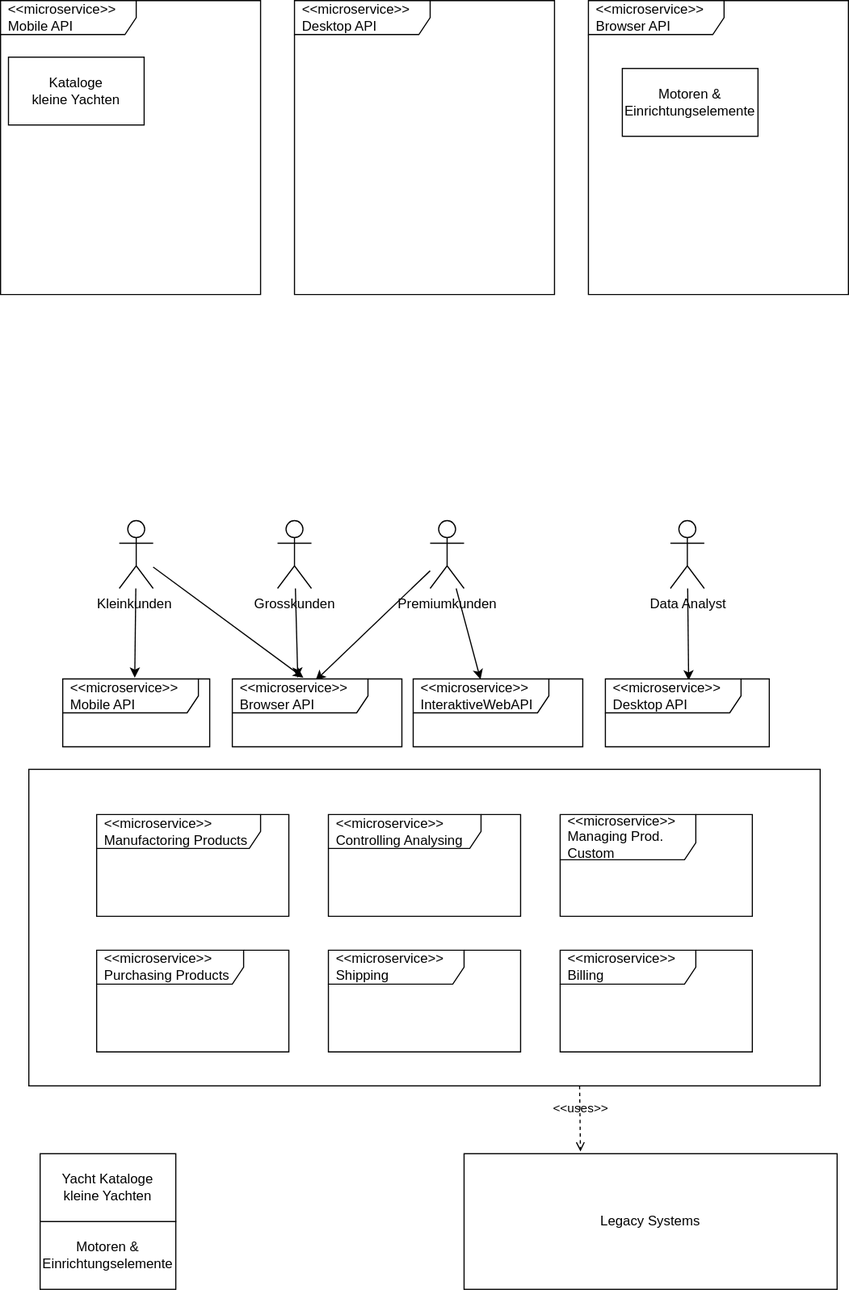
This is WirSchiffenDas/docs/development-view.drawio.svg from ThomasJon196/OOKA, a draw.io export, as it was before one commit. Source tidied: cells renumbered, new cells last; positions are measured from the earlier drawing's top-left corner, leaving out a move shared by most shapes.
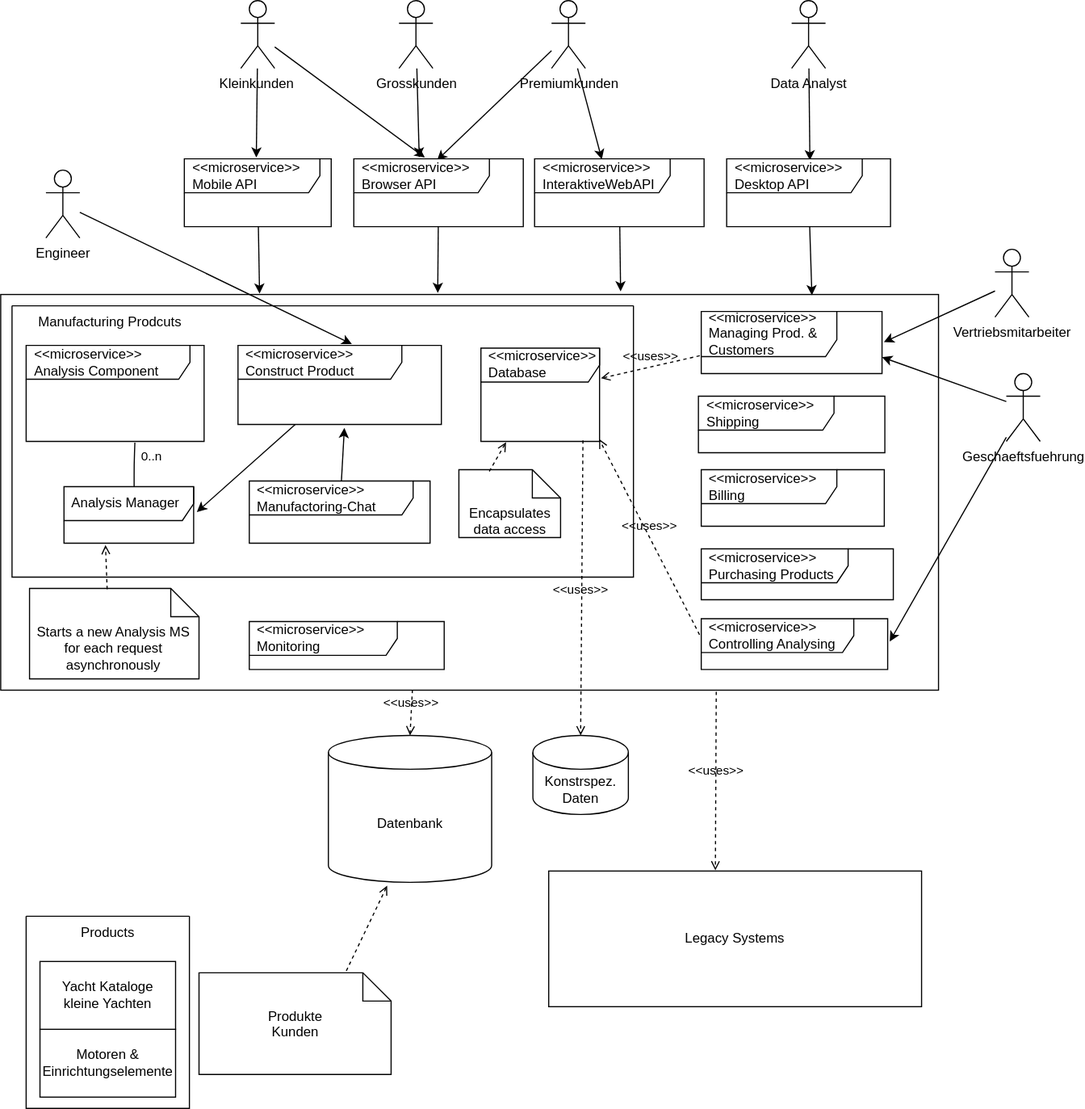
Later version of the same file.

The edit, as a diff of the source:
```diff
@@ -2,41 +2,23 @@
   <root>
     <mxCell id="0" />
     <mxCell id="1" parent="0" />
-    <mxCell id="2" value="&amp;lt;&amp;lt;microservice&amp;gt;&amp;gt; Mobile API" style="shape=umlFrame;whiteSpace=wrap;html=1;width=120;height=30;boundedLbl=1;verticalAlign=middle;align=left;spacingLeft=5;" parent="1" vertex="1">
-      <mxGeometry width="230" height="260" as="geometry" />
-    </mxCell>
-    <mxCell id="3" value="&amp;lt;&amp;lt;microservice&amp;gt;&amp;gt; Desktop API" style="shape=umlFrame;whiteSpace=wrap;html=1;width=120;height=30;boundedLbl=1;verticalAlign=middle;align=left;spacingLeft=5;" parent="1" vertex="1">
-      <mxGeometry x="260" width="230" height="260" as="geometry" />
-    </mxCell>
-    <mxCell id="4" value="&amp;lt;&amp;lt;microservice&amp;gt;&amp;gt; Browser API" style="shape=umlFrame;whiteSpace=wrap;html=1;width=120;height=30;boundedLbl=1;verticalAlign=middle;align=left;spacingLeft=5;" parent="1" vertex="1">
-      <mxGeometry x="520" width="230" height="260" as="geometry" />
-    </mxCell>
-    <mxCell id="5" value="Motoren &amp;amp; Einrichtungselemente" style="rounded=0;whiteSpace=wrap;html=1;" parent="1" vertex="1">
-      <mxGeometry x="550" y="60" width="120" height="60" as="geometry" />
-    </mxCell>
-    <mxCell id="6" value="Kataloge&lt;br&gt;kleine Yachten" style="rounded=0;whiteSpace=wrap;html=1;" parent="1" vertex="1">
-      <mxGeometry x="7" y="50" width="120" height="60" as="geometry" />
-    </mxCell>
-    <mxCell id="7" style="rounded=0;whiteSpace=wrap;html=1;" parent="1" vertex="1">
-      <mxGeometry x="25" y="680" width="700" height="280" as="geometry" />
+    <mxCell id="7" value="`" style="rounded=0;whiteSpace=wrap;html=1;" parent="1" vertex="1">
+      <mxGeometry x="-107.5" y="720" width="830" height="350" as="geometry" />
     </mxCell>
-    <mxCell id="8" value="&amp;lt;&amp;lt;microservice&amp;gt;&amp;gt; Manufactoring Products" style="shape=umlFrame;whiteSpace=wrap;html=1;width=145;height=30;boundedLbl=1;verticalAlign=middle;align=left;spacingLeft=5;" parent="1" vertex="1">
-      <mxGeometry x="85" y="720" width="170" height="90" as="geometry" />
-    </mxCell>
     <mxCell id="9" value="&amp;lt;&amp;lt;microservice&amp;gt;&amp;gt; Purchasing Products" style="shape=umlFrame;whiteSpace=wrap;html=1;width=130;height=30;boundedLbl=1;verticalAlign=middle;align=left;spacingLeft=5;" parent="1" vertex="1">
-      <mxGeometry x="85" y="840" width="170" height="90" as="geometry" />
+      <mxGeometry x="512.5" y="945" width="170" height="45" as="geometry" />
     </mxCell>
     <mxCell id="10" value="&amp;lt;&amp;lt;microservice&amp;gt;&amp;gt; Controlling Analysing" style="shape=umlFrame;whiteSpace=wrap;html=1;width=135;height=30;boundedLbl=1;verticalAlign=middle;align=left;spacingLeft=5;" parent="1" vertex="1">
-      <mxGeometry x="290" y="720" width="170" height="90" as="geometry" />
+      <mxGeometry x="512.5" y="1006.8" width="165" height="45" as="geometry" />
     </mxCell>
     <mxCell id="11" value="&amp;lt;&amp;lt;microservice&amp;gt;&amp;gt; Shipping" style="shape=umlFrame;whiteSpace=wrap;html=1;width=120;height=30;boundedLbl=1;verticalAlign=middle;align=left;spacingLeft=5;" parent="1" vertex="1">
-      <mxGeometry x="290" y="840" width="170" height="90" as="geometry" />
+      <mxGeometry x="510" y="810" width="165" height="50" as="geometry" />
     </mxCell>
-    <mxCell id="12" value="&amp;lt;&amp;lt;microservice&amp;gt;&amp;gt; Managing Prod. Custom" style="shape=umlFrame;whiteSpace=wrap;html=1;width=120;height=40;boundedLbl=1;verticalAlign=middle;align=left;spacingLeft=5;" parent="1" vertex="1">
-      <mxGeometry x="495" y="720" width="170" height="90" as="geometry" />
+    <mxCell id="12" value="&amp;lt;&amp;lt;microservice&amp;gt;&amp;gt; Managing Prod. &amp;amp; Customers" style="shape=umlFrame;whiteSpace=wrap;html=1;width=120;height=40;boundedLbl=1;verticalAlign=middle;align=left;spacingLeft=5;" parent="1" vertex="1">
+      <mxGeometry x="512.5" y="735" width="160" height="55" as="geometry" />
     </mxCell>
     <mxCell id="13" value="&amp;lt;&amp;lt;microservice&amp;gt;&amp;gt; Billing" style="shape=umlFrame;whiteSpace=wrap;html=1;width=120;height=30;boundedLbl=1;verticalAlign=middle;align=left;spacingLeft=5;" parent="1" vertex="1">
-      <mxGeometry x="495" y="840" width="170" height="90" as="geometry" />
+      <mxGeometry x="512.5" y="875" width="162" height="50" as="geometry" />
     </mxCell>
     <mxCell id="14" style="edgeStyle=none;html=1;entryX=0.508;entryY=0.022;entryDx=0;entryDy=0;entryPerimeter=0;" parent="1" edge="1" source="15" target="28">
       <mxGeometry relative="1" as="geometry" />
@@ -45,9 +27,9 @@
       <mxGeometry x="592.5" y="460" width="30" height="60" as="geometry" />
     </mxCell>
     <mxCell id="16" value="Legacy Systems" style="rounded=0;whiteSpace=wrap;html=1;" parent="1" vertex="1">
-      <mxGeometry x="410" y="1020" width="330" height="120" as="geometry" />
+      <mxGeometry x="377.5" y="1230" width="330" height="120" as="geometry" />
     </mxCell>
-    <mxCell id="17" value="&amp;lt;&amp;lt;uses&amp;gt;&amp;gt;" style="html=1;verticalAlign=bottom;labelBackgroundColor=none;endArrow=open;endFill=0;dashed=1;entryX=0.312;entryY=-0.017;entryDx=0;entryDy=0;entryPerimeter=0;exitX=0.696;exitY=1;exitDx=0;exitDy=0;exitPerimeter=0;" parent="1" edge="1" source="7" target="16">
+    <mxCell id="17" value="&amp;lt;&amp;lt;uses&amp;gt;&amp;gt;" style="html=1;verticalAlign=bottom;labelBackgroundColor=none;endArrow=open;endFill=0;dashed=1;entryX=0.447;entryY=-0.005;entryDx=0;entryDy=0;entryPerimeter=0;exitX=0.763;exitY=1.004;exitDx=0;exitDy=0;exitPerimeter=0;" parent="1" edge="1" source="7" target="16">
       <mxGeometry relative="1" as="geometry" />
     </mxCell>
     <mxCell id="18" style="edgeStyle=none;html=1;entryX=0.386;entryY=-0.019;entryDx=0;entryDy=0;entryPerimeter=0;" parent="1" edge="1" source="19" target="27">
@@ -74,23 +56,142 @@
     <mxCell id="25" value="Premiumkunden" style="shape=umlActor;verticalLabelPosition=bottom;verticalAlign=top;html=1;" parent="1" vertex="1">
       <mxGeometry x="380" y="460" width="30" height="60" as="geometry" />
     </mxCell>
+    <mxCell id="32" style="edgeStyle=none;html=1;entryX=0.276;entryY=-0.002;entryDx=0;entryDy=0;entryPerimeter=0;" parent="1" edge="1" source="26" target="7">
+      <mxGeometry relative="1" as="geometry" />
+    </mxCell>
     <mxCell id="26" value="&amp;lt;&amp;lt;microservice&amp;gt;&amp;gt; Mobile API" style="shape=umlFrame;whiteSpace=wrap;html=1;width=120;height=30;boundedLbl=1;verticalAlign=middle;align=left;spacingLeft=5;" parent="1" vertex="1">
       <mxGeometry x="55" y="600" width="130" height="60" as="geometry" />
     </mxCell>
+    <mxCell id="33" style="edgeStyle=none;html=1;entryX=0.466;entryY=-0.004;entryDx=0;entryDy=0;entryPerimeter=0;" parent="1" edge="1" source="27" target="7">
+      <mxGeometry relative="1" as="geometry" />
+    </mxCell>
     <mxCell id="27" value="&amp;lt;&amp;lt;microservice&amp;gt;&amp;gt; Browser API" style="shape=umlFrame;whiteSpace=wrap;html=1;width=120;height=30;boundedLbl=1;verticalAlign=middle;align=left;spacingLeft=5;" parent="1" vertex="1">
       <mxGeometry x="205" y="600" width="150" height="60" as="geometry" />
     </mxCell>
+    <mxCell id="34" style="edgeStyle=none;html=1;entryX=0.865;entryY=0.002;entryDx=0;entryDy=0;entryPerimeter=0;" parent="1" edge="1" source="28" target="7">
+      <mxGeometry relative="1" as="geometry" />
+    </mxCell>
     <mxCell id="28" value="&amp;lt;&amp;lt;microservice&amp;gt;&amp;gt; Desktop API" style="shape=umlFrame;whiteSpace=wrap;html=1;width=120;height=30;boundedLbl=1;verticalAlign=middle;align=left;spacingLeft=5;" parent="1" vertex="1">
       <mxGeometry x="535" y="600" width="145" height="60" as="geometry" />
     </mxCell>
+    <mxCell id="35" style="edgeStyle=none;html=1;entryX=0.661;entryY=-0.008;entryDx=0;entryDy=0;entryPerimeter=0;" parent="1" edge="1" source="29" target="7">
+      <mxGeometry relative="1" as="geometry" />
+    </mxCell>
     <mxCell id="29" value="&amp;lt;&amp;lt;microservice&amp;gt;&amp;gt; InteraktiveWebAPI" style="shape=umlFrame;whiteSpace=wrap;html=1;width=120;height=30;boundedLbl=1;verticalAlign=middle;align=left;spacingLeft=5;" parent="1" vertex="1">
       <mxGeometry x="365" y="600" width="150" height="60" as="geometry" />
     </mxCell>
+    <mxCell id="36" value="Datenbank" style="shape=cylinder3;whiteSpace=wrap;html=1;boundedLbl=1;backgroundOutline=1;size=15;" parent="1" vertex="1">
+      <mxGeometry x="182.5" y="1110" width="144.5" height="130" as="geometry" />
+    </mxCell>
+    <mxCell id="37" value="Produkte&lt;br&gt;Kunden" style="shape=note2;boundedLbl=1;whiteSpace=wrap;html=1;size=25;verticalAlign=top;align=center;" parent="1" vertex="1">
+      <mxGeometry x="68" y="1320" width="170" height="90" as="geometry" />
+    </mxCell>
+    <mxCell id="38" value="&amp;lt;&amp;lt;uses&amp;gt;&amp;gt;" style="html=1;verticalAlign=bottom;labelBackgroundColor=none;endArrow=open;endFill=0;dashed=1;entryX=0.5;entryY=0;entryDx=0;entryDy=0;entryPerimeter=0;exitX=0.439;exitY=0.999;exitDx=0;exitDy=0;exitPerimeter=0;" parent="1" edge="1" source="7" target="36">
+      <mxGeometry relative="1" as="geometry" />
+    </mxCell>
+    <mxCell id="39" style="swimlane;startSize=0;" parent="1" vertex="1">
+      <mxGeometry x="-85" y="1270" width="144.5" height="170" as="geometry" />
+    </mxCell>
-    <mxCell id="30" value="Motoren &amp;amp; Einrichtungselemente" style="rounded=0;whiteSpace=wrap;html=1;" parent="1" vertex="1">
-      <mxGeometry x="35" y="1080" width="120" height="60" as="geometry" />
+    <mxCell id="30" value="Motoren &amp;amp; Einrichtungselemente" style="rounded=0;whiteSpace=wrap;html=1;" parent="39" vertex="1">
+      <mxGeometry x="12.2" y="100" width="120" height="60" as="geometry" />
     </mxCell>
-    <mxCell id="31" value="Yacht Kataloge&lt;br&gt;kleine Yachten" style="rounded=0;whiteSpace=wrap;html=1;" parent="1" vertex="1">
-      <mxGeometry x="35" y="1020" width="120" height="60" as="geometry" />
+    <mxCell id="31" value="Yacht Kataloge&lt;br&gt;kleine Yachten" style="rounded=0;whiteSpace=wrap;html=1;" parent="39" vertex="1">
+      <mxGeometry x="12.2" y="40" width="120" height="60" as="geometry" />
     </mxCell>
+    <mxCell id="40" value="Products" style="text;html=1;strokeColor=none;fillColor=none;align=center;verticalAlign=middle;whiteSpace=wrap;rounded=0;" parent="39" vertex="1">
+      <mxGeometry x="42.2" width="60" height="30" as="geometry" />
+    </mxCell>
+    <mxCell id="41" style="html=1;verticalAlign=bottom;labelBackgroundColor=none;endArrow=open;endFill=0;dashed=1;entryX=0.36;entryY=1.023;entryDx=0;entryDy=0;entryPerimeter=0;exitX=0.767;exitY=-0.019;exitDx=0;exitDy=0;exitPerimeter=0;" parent="1" edge="1" source="37" target="36">
+      <mxGeometry relative="1" as="geometry" />
+    </mxCell>
+    <mxCell id="42" style="swimlane;startSize=0;" parent="1" vertex="1">
+      <mxGeometry x="-97.5" y="730" width="550" height="240" as="geometry" />
+    </mxCell>
+    <mxCell id="43" value="Manufacturing Prodcuts" style="text;html=1;strokeColor=none;fillColor=none;align=center;verticalAlign=middle;whiteSpace=wrap;rounded=0;" parent="42" vertex="1">
+      <mxGeometry x="13" width="147.8" height="30" as="geometry" />
+    </mxCell>
+    <mxCell id="44" value="&amp;lt;&amp;lt;microservice&amp;gt;&amp;gt;&amp;nbsp;&lt;br&gt;Analysis Component" style="shape=umlFrame;whiteSpace=wrap;html=1;width=145;height=30;boundedLbl=1;verticalAlign=middle;align=left;spacingLeft=5;" parent="42" vertex="1">
+      <mxGeometry x="12.5" y="35" width="157.5" height="85" as="geometry" />
+    </mxCell>
+    <mxCell id="45" style="edgeStyle=none;html=1;entryX=1.025;entryY=0.448;entryDx=0;entryDy=0;entryPerimeter=0;" parent="42" edge="1" source="46" target="48">
+      <mxGeometry relative="1" as="geometry" />
+    </mxCell>
+    <mxCell id="46" value="&amp;lt;&amp;lt;microservice&amp;gt;&amp;gt;&amp;nbsp;&lt;br&gt;Construct Product" style="shape=umlFrame;whiteSpace=wrap;html=1;width=145;height=30;boundedLbl=1;verticalAlign=middle;align=left;spacingLeft=5;" parent="42" vertex="1">
+      <mxGeometry x="200" y="35" width="180" height="70" as="geometry" />
+    </mxCell>
+    <mxCell id="47" style="endArrow=none;html=1;rounded=0;align=center;verticalAlign=top;endFill=0;labelBackgroundColor=none;endSize=2;entryX=-0.019;entryY=0.534;entryDx=0;entryDy=0;entryPerimeter=0;startArrow=none;" parent="42" edge="1">
+      <mxGeometry relative="1" as="geometry">
+        <mxPoint x="254.5" y="82.8" as="sourcePoint" />
+        <mxPoint x="254.7" y="82.8" as="targetPoint" />
+      </mxGeometry>
+    </mxCell>
+    <mxCell id="48" value="Analysis Manager" style="shape=umlFrame;whiteSpace=wrap;html=1;width=145;height=30;boundedLbl=1;verticalAlign=middle;align=left;spacingLeft=5;" parent="42" vertex="1">
+      <mxGeometry x="46" y="160" width="114.8" height="50" as="geometry" />
+    </mxCell>
+    <mxCell id="49" value="&amp;lt;&amp;lt;microservice&amp;gt;&amp;gt;&amp;nbsp;&lt;br&gt;Manufactoring-Chat" style="shape=umlFrame;whiteSpace=wrap;html=1;width=145;height=30;boundedLbl=1;verticalAlign=middle;align=left;spacingLeft=5;" parent="42" vertex="1">
+      <mxGeometry x="210" y="155" width="160" height="55" as="geometry" />
+    </mxCell>
+    <mxCell id="50" style="edgeStyle=none;html=1;entryX=0.523;entryY=1.043;entryDx=0;entryDy=0;entryPerimeter=0;" parent="42" edge="1" source="49" target="46">
+      <mxGeometry relative="1" as="geometry" />
+    </mxCell>
+    <mxCell id="51" style="endArrow=none;html=1;edgeStyle=orthogonalEdgeStyle;exitX=0.541;exitY=-0.007;exitDx=0;exitDy=0;exitPerimeter=0;entryX=0.611;entryY=1.013;entryDx=0;entryDy=0;entryPerimeter=0;" parent="42" edge="1" source="48" target="44">
+      <mxGeometry relative="1" as="geometry" />
+    </mxCell>
+    <mxCell id="52" value="0..n" style="edgeLabel;html=1;align=right;verticalAlign=bottom;" parent="51" vertex="1">
+      <mxGeometry x="1" relative="1" as="geometry">
+        <mxPoint x="24" y="19" as="offset" />
+      </mxGeometry>
+    </mxCell>
+    <mxCell id="53" value="Starts a new Analysis MS for each request asynchronously" style="shape=note2;boundedLbl=1;whiteSpace=wrap;html=1;size=25;verticalAlign=top;align=center;" parent="1" vertex="1">
+      <mxGeometry x="-82" y="980" width="150" height="80" as="geometry" />
+    </mxCell>
+    <mxCell id="54" style="html=1;verticalAlign=bottom;labelBackgroundColor=none;endArrow=open;endFill=0;dashed=1;entryX=0.32;entryY=1.033;entryDx=0;entryDy=0;entryPerimeter=0;exitX=0.458;exitY=0.009;exitDx=0;exitDy=0;exitPerimeter=0;" parent="1" edge="1" source="53" target="48">
+      <mxGeometry relative="1" as="geometry" />
+    </mxCell>
+    <mxCell id="55" value="&amp;lt;&amp;lt;microservice&amp;gt;&amp;gt; Monitoring" style="shape=umlFrame;whiteSpace=wrap;html=1;width=131;height=30;boundedLbl=1;verticalAlign=middle;align=left;spacingLeft=5;" parent="1" vertex="1">
+      <mxGeometry x="112.5" y="1009.2" width="172.5" height="42.5" as="geometry" />
+    </mxCell>
+    <mxCell id="56" value="&amp;lt;&amp;lt;microservice&amp;gt;&amp;gt;&amp;nbsp;&lt;br&gt;Database" style="shape=umlFrame;whiteSpace=wrap;html=1;width=145;height=30;boundedLbl=1;verticalAlign=middle;align=left;spacingLeft=5;" parent="1" vertex="1">
+      <mxGeometry x="317.5" y="767.5" width="105" height="82.5" as="geometry" />
+    </mxCell>
+    <mxCell id="57" value="Konstrspez. Daten" style="shape=cylinder3;whiteSpace=wrap;html=1;boundedLbl=1;backgroundOutline=1;size=15;" parent="1" vertex="1">
+      <mxGeometry x="363.5" y="1110" width="84.5" height="70" as="geometry" />
+    </mxCell>
+    <mxCell id="58" value="&amp;lt;&amp;lt;uses&amp;gt;&amp;gt;" style="html=1;verticalAlign=bottom;labelBackgroundColor=none;endArrow=open;endFill=0;dashed=1;entryX=0.5;entryY=0;entryDx=0;entryDy=0;entryPerimeter=0;exitX=0.86;exitY=0.988;exitDx=0;exitDy=0;exitPerimeter=0;" parent="1" edge="1" source="56" target="57">
+      <mxGeometry x="0.08" y="-1" relative="1" as="geometry" />
+    </mxCell>
+    <mxCell id="59" value="&amp;lt;&amp;lt;uses&amp;gt;&amp;gt;" style="html=1;verticalAlign=bottom;labelBackgroundColor=none;endArrow=open;endFill=0;dashed=1;entryX=1.012;entryY=0.323;entryDx=0;entryDy=0;entryPerimeter=0;exitX=-0.008;exitY=0.712;exitDx=0;exitDy=0;exitPerimeter=0;" parent="1" edge="1" source="12" target="56">
+      <mxGeometry relative="1" as="geometry" />
+    </mxCell>
+    <mxCell id="60" value="Encapsulates data access" style="shape=note2;boundedLbl=1;whiteSpace=wrap;html=1;size=25;verticalAlign=top;align=center;" parent="1" vertex="1">
+      <mxGeometry x="298" y="875" width="90" height="60" as="geometry" />
+    </mxCell>
+    <mxCell id="61" style="html=1;verticalAlign=bottom;labelBackgroundColor=none;endArrow=open;endFill=0;dashed=1;entryX=0.212;entryY=1.009;entryDx=0;entryDy=0;entryPerimeter=0;exitX=0.299;exitY=0.024;exitDx=0;exitDy=0;exitPerimeter=0;" parent="1" edge="1" source="60" target="56">
+      <mxGeometry relative="1" as="geometry" />
+    </mxCell>
+    <mxCell id="62" value="&amp;lt;&amp;lt;uses&amp;gt;&amp;gt;" style="html=1;verticalAlign=bottom;labelBackgroundColor=none;endArrow=open;endFill=0;dashed=1;entryX=0.996;entryY=0.974;entryDx=0;entryDy=0;entryPerimeter=0;exitX=-0.009;exitY=0.317;exitDx=0;exitDy=0;exitPerimeter=0;" parent="1" edge="1" source="10" target="56">
+      <mxGeometry relative="1" as="geometry" />
+    </mxCell>
+    <mxCell id="63" style="edgeStyle=none;html=1;entryX=1.01;entryY=0.494;entryDx=0;entryDy=0;entryPerimeter=0;" parent="1" edge="1" source="64" target="12">
+      <mxGeometry relative="1" as="geometry" />
+    </mxCell>
+    <mxCell id="64" value="Vertriebsmitarbeiter" style="shape=umlActor;verticalLabelPosition=bottom;verticalAlign=top;html=1;" parent="1" vertex="1">
+      <mxGeometry x="772.5" y="680" width="30" height="60" as="geometry" />
+    </mxCell>
+    <mxCell id="65" style="edgeStyle=none;html=1;entryX=0.56;entryY=-0.017;entryDx=0;entryDy=0;entryPerimeter=0;" parent="1" edge="1" source="66" target="46">
+      <mxGeometry relative="1" as="geometry" />
+    </mxCell>
+    <mxCell id="66" value="Engineer" style="shape=umlActor;verticalLabelPosition=bottom;verticalAlign=top;html=1;" parent="1" vertex="1">
+      <mxGeometry x="-67.5" y="610" width="30" height="60" as="geometry" />
+    </mxCell>
+    <mxCell id="67" style="edgeStyle=none;html=1;entryX=1;entryY=0.736;entryDx=0;entryDy=0;entryPerimeter=0;" parent="1" edge="1" source="69" target="12">
+      <mxGeometry relative="1" as="geometry" />
+    </mxCell>
+    <mxCell id="68" style="edgeStyle=none;html=1;entryX=1.011;entryY=0.449;entryDx=0;entryDy=0;entryPerimeter=0;" parent="1" edge="1" source="69" target="10">
+      <mxGeometry relative="1" as="geometry" />
+    </mxCell>
+    <mxCell id="69" value="Geschaeftsfuehrung" style="shape=umlActor;verticalLabelPosition=bottom;verticalAlign=top;html=1;" parent="1" vertex="1">
+      <mxGeometry x="782.5" y="790" width="30" height="60" as="geometry" />
+    </mxCell>
   </root>
 </mxGraphModel>
```
